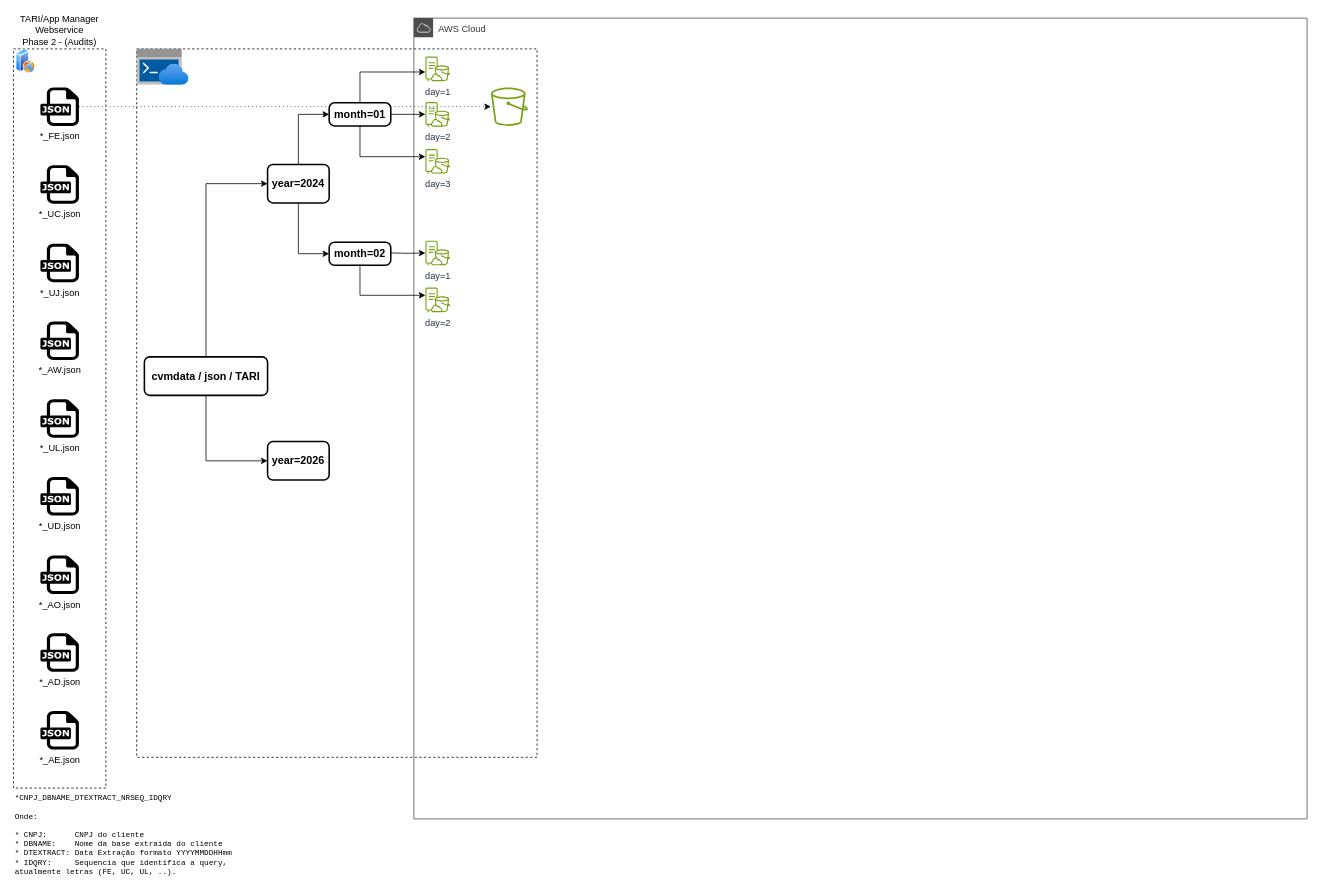
This is DATA_python/TARI AWS PBI Integration.drawio from MarcosSoaresUnivali/Univali, a draw.io file, before an edit. Source tidied: cells renumbered, new cells numbered last; positions are measured from the earlier drawing's top-left corner, leaving out a move shared by most shapes. Both pictures are drawn from the tidied source at 77%, with x=0, y=0 at pixel (13, 18).
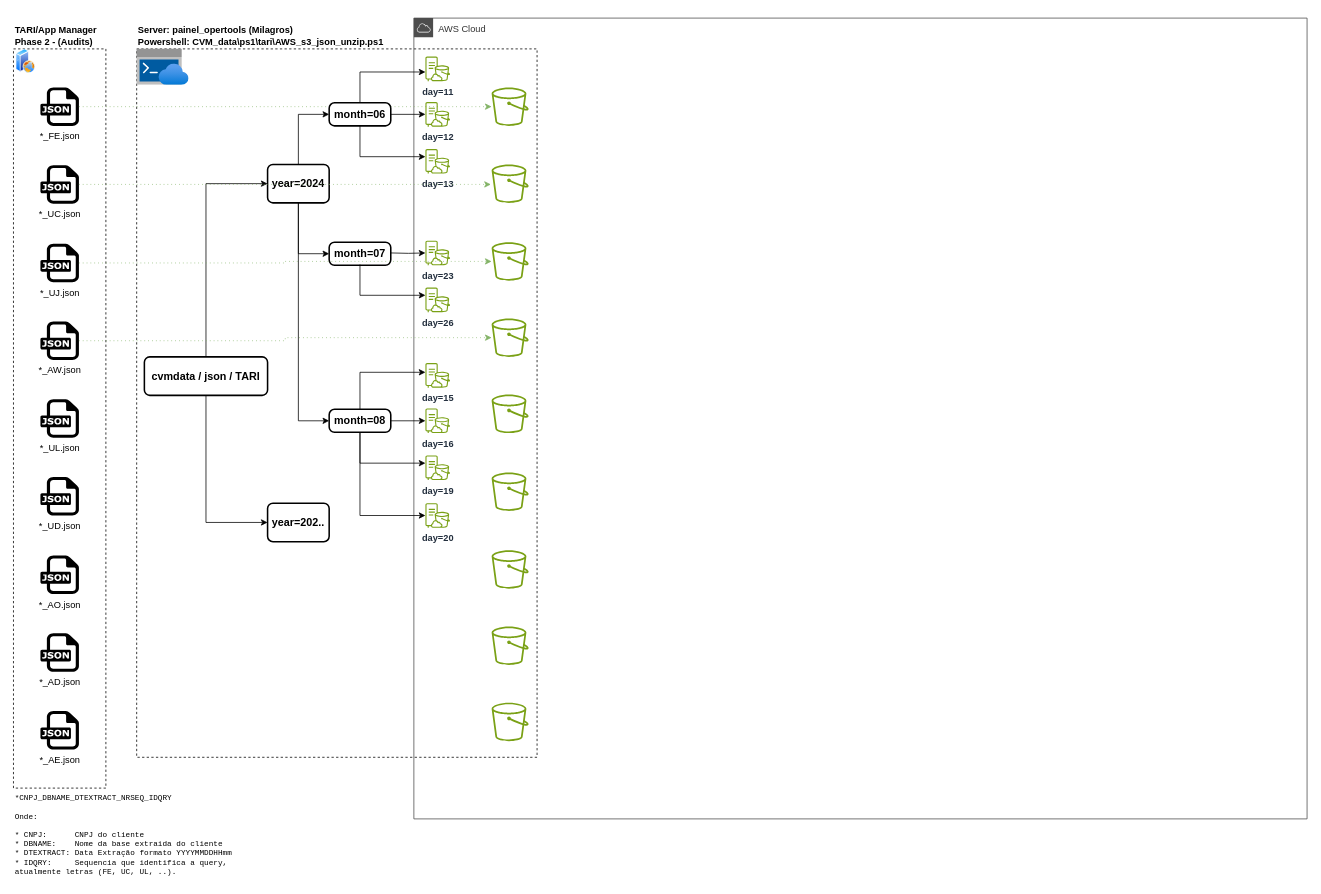
The same diagram, later.

The change refers to these unchanged cells:
```xml
<mxCell id="8" value="*&lt;span style=&quot;background-color: initial;&quot;&gt;_FE.json&lt;/span&gt;" style="dashed=0;outlineConnect=0;html=1;align=center;labelPosition=center;verticalLabelPosition=bottom;verticalAlign=top;shape=mxgraph.weblogos.json;" parent="5" vertex="1">
  <mxGeometry x="35" y="50" width="50" height="50" as="geometry" />
</mxCell>
<mxCell id="9" value="*_UC.json" style="dashed=0;outlineConnect=0;html=1;align=center;labelPosition=center;verticalLabelPosition=bottom;verticalAlign=top;shape=mxgraph.weblogos.json;" parent="5" vertex="1">
  <mxGeometry x="35" y="151" width="50" height="50" as="geometry" />
</mxCell>
<mxCell id="10" value="*_UJ.json" style="dashed=0;outlineConnect=0;html=1;align=center;labelPosition=center;verticalLabelPosition=bottom;verticalAlign=top;shape=mxgraph.weblogos.json;" parent="5" vertex="1">
  <mxGeometry x="35" y="253" width="50" height="50" as="geometry" />
</mxCell>
<mxCell id="11" value="*_AW.json" style="dashed=0;outlineConnect=0;html=1;align=center;labelPosition=center;verticalLabelPosition=bottom;verticalAlign=top;shape=mxgraph.weblogos.json;" parent="5" vertex="1">
  <mxGeometry x="35" y="354" width="50" height="50" as="geometry" />
</mxCell>
<mxCell id="27" value="&lt;font size=&quot;1&quot; style=&quot;&quot;&gt;&lt;b style=&quot;font-size: 14px;&quot;&gt;year=2024&lt;/b&gt;&lt;/font&gt;" style="rounded=1;whiteSpace=wrap;html=1;absoluteArcSize=1;arcSize=14;strokeWidth=2;" parent="18" vertex="1">
  <mxGeometry x="330" y="190" width="80" height="50" as="geometry" />
</mxCell>
```

Diff of the diagram source:
```diff
@@
-    <mxCell id="2" style="whiteSpace=wrap;html=1;dashed=1;" parent="1" vertex="1">
+    <mxCell id="2" value="&lt;b&gt;Server:&amp;nbsp;painel_opertools (Milagros)&lt;/b&gt;&lt;div&gt;&lt;b&gt;Powershell:&amp;nbsp;CVM_data\ps1\tari\AWS_s3_json_unzip.ps1&lt;/b&gt;&lt;/div&gt;" style="whiteSpace=wrap;html=1;dashed=1;labelPosition=center;verticalLabelPosition=top;align=left;verticalAlign=bottom;" parent="1" vertex="1">
       <mxGeometry x="160" y="40" width="520" height="920" as="geometry" />
     </mxCell>
@@
-    <mxCell id="5" style="group;" parent="4" vertex="1">
+    <mxCell id="5" style="group;align=left;" parent="4" vertex="1">
       <mxGeometry y="40" width="120" height="960" as="geometry" />
     </mxCell>
-    <mxCell id="6" value="TARI/App Manager Webservice&lt;div&gt;Phase 2 - (Audits)&lt;/div&gt;" style="whiteSpace=wrap;html=1;dashed=1;labelPosition=center;verticalLabelPosition=top;align=center;verticalAlign=bottom;" parent="5" vertex="1">
+    <mxCell id="6" value="&lt;b&gt;TARI/App Manager &lt;span style=&quot;background-color: initial;&quot;&gt;Phase 2 - (Audits)&lt;/span&gt;&lt;/b&gt;" style="whiteSpace=wrap;html=1;dashed=1;labelPosition=center;verticalLabelPosition=top;align=left;verticalAlign=bottom;" parent="5" vertex="1">
       <mxGeometry width="120" height="960" as="geometry" />
     </mxCell>
@@
     <mxCell id="23" style="sketch=0;outlineConnect=0;fontColor=#232F3E;gradientColor=none;fillColor=#7AA116;strokeColor=none;dashed=0;verticalLabelPosition=bottom;verticalAlign=top;align=center;html=1;fontSize=12;fontStyle=0;shape=mxgraph.aws4.bucket;" parent="18" vertex="1">
-      <mxGeometry x="620" y="90" width="48.1" height="50" as="geometry" />
+      <mxGeometry x="620" y="90" width="50" height="50" as="geometry" />
     </mxCell>
-    <mxCell id="24" style="edgeStyle=orthogonalEdgeStyle;rounded=0;jettySize=auto;html=1;dashed=1;dashPattern=1 4;" parent="18" edge="1" source="8" target="23">
+    <mxCell id="24" style="edgeStyle=orthogonalEdgeStyle;rounded=0;jettySize=auto;html=1;dashed=1;dashPattern=1 4;fillColor=#d5e8d4;strokeColor=#82b366;" parent="18" edge="1" source="8" target="23">
       <mxGeometry relative="1" as="geometry" />
     </mxCell>
@@
+    <mxCell id="41" style="edgeStyle=orthogonalEdgeStyle;rounded=0;jettySize=auto;html=1;entryX=0;entryY=0.5;entryDx=0;entryDy=0;" parent="18" edge="1" source="27" target="52">
+      <mxGeometry relative="1" as="geometry" />
+    </mxCell>
@@
-    <mxCell id="28" value="&lt;font size=&quot;1&quot; style=&quot;&quot;&gt;&lt;b style=&quot;font-size: 14px;&quot;&gt;year=2026&lt;/b&gt;&lt;/font&gt;" style="rounded=1;whiteSpace=wrap;html=1;absoluteArcSize=1;arcSize=14;strokeWidth=2;" parent="18" vertex="1">
-      <mxGeometry x="330" y="550" width="80" height="50" as="geometry" />
+    <mxCell id="28" value="&lt;font size=&quot;1&quot; style=&quot;&quot;&gt;&lt;b style=&quot;font-size: 14px;&quot;&gt;year=202..&lt;/b&gt;&lt;/font&gt;" style="rounded=1;whiteSpace=wrap;html=1;absoluteArcSize=1;arcSize=14;strokeWidth=2;" parent="18" vertex="1">
+      <mxGeometry x="330" y="630" width="80" height="50" as="geometry" />
     </mxCell>
-    <mxCell id="29" value="&lt;font size=&quot;1&quot; style=&quot;&quot;&gt;&lt;b style=&quot;font-size: 14px;&quot;&gt;month=02&lt;/b&gt;&lt;/font&gt;" style="rounded=1;whiteSpace=wrap;html=1;absoluteArcSize=1;arcSize=14;strokeWidth=2;" parent="18" vertex="1">
+    <mxCell id="29" value="&lt;font size=&quot;1&quot; style=&quot;&quot;&gt;&lt;b style=&quot;font-size: 14px;&quot;&gt;month=07&lt;/b&gt;&lt;/font&gt;" style="rounded=1;whiteSpace=wrap;html=1;absoluteArcSize=1;arcSize=14;strokeWidth=2;" parent="18" vertex="1">
       <mxGeometry x="410" y="291" width="80" height="30" as="geometry" />
     </mxCell>
-    <mxCell id="30" value="day=1" style="sketch=0;outlineConnect=0;fontColor=#232F3E;gradientColor=none;fillColor=#7AA116;strokeColor=none;dashed=0;verticalLabelPosition=bottom;verticalAlign=top;align=center;html=1;fontSize=12;fontStyle=0;shape=mxgraph.aws4.s3_on_outposts;" parent="18" vertex="1">
+    <mxCell id="30" value="&lt;b&gt;day=11&lt;/b&gt;" style="sketch=0;outlineConnect=0;fontColor=#232F3E;gradientColor=none;fillColor=#7AA116;strokeColor=none;dashed=0;verticalLabelPosition=bottom;verticalAlign=top;align=center;html=1;fontSize=12;fontStyle=0;shape=mxgraph.aws4.s3_on_outposts;" parent="18" vertex="1">
       <mxGeometry x="535" y="50" width="32" height="32" as="geometry" />
     </mxCell>
@@
-    <mxCell id="34" value="&lt;font size=&quot;1&quot; style=&quot;&quot;&gt;&lt;b style=&quot;font-size: 14px;&quot;&gt;month=01&lt;/b&gt;&lt;/font&gt;" style="rounded=1;whiteSpace=wrap;html=1;absoluteArcSize=1;arcSize=14;strokeWidth=2;" parent="18" vertex="1">
+    <mxCell id="34" value="&lt;font size=&quot;1&quot; style=&quot;&quot;&gt;&lt;b style=&quot;font-size: 14px;&quot;&gt;month=06&lt;/b&gt;&lt;/font&gt;" style="rounded=1;whiteSpace=wrap;html=1;absoluteArcSize=1;arcSize=14;strokeWidth=2;" parent="18" vertex="1">
       <mxGeometry x="410" y="110" width="80" height="30" as="geometry" />
     </mxCell>
-    <mxCell id="35" value="day=2" style="sketch=0;outlineConnect=0;fontColor=#232F3E;gradientColor=none;fillColor=#7AA116;strokeColor=none;dashed=0;verticalLabelPosition=bottom;verticalAlign=top;align=center;html=1;fontSize=12;fontStyle=0;shape=mxgraph.aws4.s3_on_outposts;" parent="18" vertex="1">
+    <mxCell id="35" value="&lt;b&gt;day=12&lt;/b&gt;" style="sketch=0;outlineConnect=0;fontColor=#232F3E;gradientColor=none;fillColor=#7AA116;strokeColor=none;dashed=0;verticalLabelPosition=bottom;verticalAlign=top;align=center;html=1;fontSize=12;fontStyle=0;shape=mxgraph.aws4.s3_on_outposts;" parent="18" vertex="1">
       <mxGeometry x="535" y="109" width="32" height="32" as="geometry" />
     </mxCell>
-    <mxCell id="36" value="day=3" style="sketch=0;outlineConnect=0;fontColor=#232F3E;gradientColor=none;fillColor=#7AA116;strokeColor=none;dashed=0;verticalLabelPosition=bottom;verticalAlign=top;align=center;html=1;fontSize=12;fontStyle=0;shape=mxgraph.aws4.s3_on_outposts;" parent="18" vertex="1">
+    <mxCell id="36" value="&lt;b&gt;day=13&lt;/b&gt;" style="sketch=0;outlineConnect=0;fontColor=#232F3E;gradientColor=none;fillColor=#7AA116;strokeColor=none;dashed=0;verticalLabelPosition=bottom;verticalAlign=top;align=center;html=1;fontSize=12;fontStyle=0;shape=mxgraph.aws4.s3_on_outposts;" parent="18" vertex="1">
       <mxGeometry x="535" y="170" width="32" height="32" as="geometry" />
     </mxCell>
@@
-    <mxCell id="39" value="day=2" style="sketch=0;outlineConnect=0;fontColor=#232F3E;gradientColor=none;fillColor=#7AA116;strokeColor=none;dashed=0;verticalLabelPosition=bottom;verticalAlign=top;align=center;html=1;fontSize=12;fontStyle=0;shape=mxgraph.aws4.s3_on_outposts;" parent="18" vertex="1">
+    <mxCell id="39" value="&lt;b&gt;day=26&lt;/b&gt;" style="sketch=0;outlineConnect=0;fontColor=#232F3E;gradientColor=none;fillColor=#7AA116;strokeColor=none;dashed=0;verticalLabelPosition=bottom;verticalAlign=top;align=center;html=1;fontSize=12;fontStyle=0;shape=mxgraph.aws4.s3_on_outposts;" parent="18" vertex="1">
       <mxGeometry x="535" y="350" width="32" height="32" as="geometry" />
     </mxCell>
-    <mxCell id="40" value="day=1" style="sketch=0;outlineConnect=0;fontColor=#232F3E;gradientColor=none;fillColor=#7AA116;strokeColor=none;dashed=0;verticalLabelPosition=bottom;verticalAlign=top;align=center;html=1;fontSize=12;fontStyle=0;shape=mxgraph.aws4.s3_on_outposts;" parent="18" vertex="1">
+    <mxCell id="40" value="&lt;b&gt;day=23&lt;/b&gt;" style="sketch=0;outlineConnect=0;fontColor=#232F3E;gradientColor=none;fillColor=#7AA116;strokeColor=none;dashed=0;verticalLabelPosition=bottom;verticalAlign=top;align=center;html=1;fontSize=12;fontStyle=0;shape=mxgraph.aws4.s3_on_outposts;" parent="18" vertex="1">
       <mxGeometry x="535" y="289" width="32" height="32" as="geometry" />
     </mxCell>
+    <mxCell id="42" style="edgeStyle=orthogonalEdgeStyle;rounded=0;jettySize=auto;html=1;dashed=1;dashPattern=1 4;fillColor=#d5e8d4;strokeColor=#82b366;" parent="18" edge="1" source="9">
+      <mxGeometry relative="1" as="geometry">
+        <mxPoint x="620" y="216" as="targetPoint" />
+      </mxGeometry>
+    </mxCell>
+    <mxCell id="43" style="sketch=0;fontColor=#232F3E;gradientColor=none;fillColor=#7AA116;strokeColor=none;dashed=0;verticalLabelPosition=bottom;verticalAlign=top;align=center;html=1;fontSize=12;fontStyle=0;shape=mxgraph.aws4.bucket;" parent="18" vertex="1">
+      <mxGeometry x="620" y="190" width="50" height="50" as="geometry" />
+    </mxCell>
+    <mxCell id="44" style="sketch=0;outlineConnect=0;fontColor=#232F3E;gradientColor=none;fillColor=#7AA116;strokeColor=none;dashed=0;verticalLabelPosition=bottom;verticalAlign=top;align=center;html=1;fontSize=12;fontStyle=0;shape=mxgraph.aws4.bucket;" parent="18" vertex="1">
+      <mxGeometry x="620" y="291" width="50" height="50" as="geometry" />
+    </mxCell>
+    <mxCell id="45" style="edgeStyle=orthogonalEdgeStyle;rounded=0;jettySize=auto;html=1;dashed=1;dashPattern=1 4;fillColor=#d5e8d4;strokeColor=#82b366;" parent="18" edge="1" source="10" target="44">
+      <mxGeometry relative="1" as="geometry" />
+    </mxCell>
+    <mxCell id="46" style="sketch=0;outlineConnect=0;fontColor=#232F3E;gradientColor=none;fillColor=#7AA116;strokeColor=none;dashed=0;verticalLabelPosition=bottom;verticalAlign=top;align=center;html=1;fontSize=12;fontStyle=0;shape=mxgraph.aws4.bucket;" parent="18" vertex="1">
+      <mxGeometry x="620" y="390" width="50" height="50" as="geometry" />
+    </mxCell>
+    <mxCell id="47" style="edgeStyle=orthogonalEdgeStyle;rounded=0;jettySize=auto;html=1;dashed=1;dashPattern=1 4;fillColor=#d5e8d4;strokeColor=#82b366;" parent="18" edge="1" source="11" target="46">
+      <mxGeometry relative="1" as="geometry" />
+    </mxCell>
+    <mxCell id="48" style="edgeStyle=orthogonalEdgeStyle;rounded=0;jettySize=auto;html=1;exitX=0.5;exitY=0;exitDx=0;exitDy=0;" parent="18" edge="1" source="52" target="53">
+      <mxGeometry relative="1" as="geometry">
+        <Array as="points">
+          <mxPoint x="450" y="460" />
+        </Array>
+      </mxGeometry>
+    </mxCell>
+    <mxCell id="49" style="edgeStyle=orthogonalEdgeStyle;rounded=0;jettySize=auto;html=1;" parent="18" edge="1" source="52" target="54">
+      <mxGeometry relative="1" as="geometry" />
+    </mxCell>
+    <mxCell id="50" style="edgeStyle=orthogonalEdgeStyle;rounded=0;jettySize=auto;html=1;" parent="18" edge="1" source="52" target="55">
+      <mxGeometry relative="1" as="geometry">
+        <Array as="points">
+          <mxPoint x="450" y="578" />
+        </Array>
+      </mxGeometry>
+    </mxCell>
+    <mxCell id="51" style="edgeStyle=orthogonalEdgeStyle;rounded=0;jettySize=auto;html=1;" parent="18" edge="1" source="52" target="56">
+      <mxGeometry relative="1" as="geometry">
+        <Array as="points">
+          <mxPoint x="450" y="646" />
+        </Array>
+      </mxGeometry>
+    </mxCell>
+    <mxCell id="52" value="&lt;font size=&quot;1&quot; style=&quot;&quot;&gt;&lt;b style=&quot;font-size: 14px;&quot;&gt;month=08&lt;/b&gt;&lt;/font&gt;" style="rounded=1;whiteSpace=wrap;html=1;absoluteArcSize=1;arcSize=14;strokeWidth=2;" parent="18" vertex="1">
+      <mxGeometry x="410" y="508" width="80" height="30" as="geometry" />
+    </mxCell>
+    <mxCell id="53" value="&lt;b&gt;day=15&lt;/b&gt;" style="sketch=0;outlineConnect=0;fontColor=#232F3E;gradientColor=none;fillColor=#7AA116;strokeColor=none;dashed=0;verticalLabelPosition=bottom;verticalAlign=top;align=center;html=1;fontSize=12;fontStyle=0;shape=mxgraph.aws4.s3_on_outposts;" parent="18" vertex="1">
+      <mxGeometry x="535" y="448" width="32" height="32" as="geometry" />
+    </mxCell>
+    <mxCell id="54" value="&lt;b&gt;day=16&lt;/b&gt;" style="sketch=0;outlineConnect=0;fontColor=#232F3E;gradientColor=none;fillColor=#7AA116;strokeColor=none;dashed=0;verticalLabelPosition=bottom;verticalAlign=top;align=center;html=1;fontSize=12;fontStyle=0;shape=mxgraph.aws4.s3_on_outposts;" parent="18" vertex="1">
+      <mxGeometry x="535" y="507" width="32" height="32" as="geometry" />
+    </mxCell>
+    <mxCell id="55" value="&lt;b&gt;day=19&lt;/b&gt;" style="sketch=0;outlineConnect=0;fontColor=#232F3E;gradientColor=none;fillColor=#7AA116;strokeColor=none;dashed=0;verticalLabelPosition=bottom;verticalAlign=top;align=center;html=1;fontSize=12;fontStyle=0;shape=mxgraph.aws4.s3_on_outposts;" parent="18" vertex="1">
+      <mxGeometry x="535" y="568" width="32" height="32" as="geometry" />
+    </mxCell>
+    <mxCell id="56" value="&lt;b&gt;day=20&lt;/b&gt;" style="sketch=0;outlineConnect=0;fontColor=#232F3E;gradientColor=none;fillColor=#7AA116;strokeColor=none;dashed=0;verticalLabelPosition=bottom;verticalAlign=top;align=center;html=1;fontSize=12;fontStyle=0;shape=mxgraph.aws4.s3_on_outposts;" parent="18" vertex="1">
+      <mxGeometry x="535" y="630" width="32" height="32" as="geometry" />
+    </mxCell>
+    <mxCell id="57" style="sketch=0;fontColor=#232F3E;gradientColor=none;fillColor=#7AA116;strokeColor=none;dashed=0;verticalLabelPosition=bottom;verticalAlign=top;align=center;html=1;fontSize=12;fontStyle=0;shape=mxgraph.aws4.bucket;" parent="18" vertex="1">
+      <mxGeometry x="620" y="489" width="50" height="50" as="geometry" />
+    </mxCell>
+    <mxCell id="58" style="sketch=0;fontColor=#232F3E;gradientColor=none;fillColor=#7AA116;strokeColor=none;dashed=0;verticalLabelPosition=bottom;verticalAlign=top;align=center;html=1;fontSize=12;fontStyle=0;shape=mxgraph.aws4.bucket;" parent="18" vertex="1">
+      <mxGeometry x="620" y="889" width="50" height="50" as="geometry" />
+    </mxCell>
+    <mxCell id="59" style="sketch=0;fontColor=#232F3E;gradientColor=none;fillColor=#7AA116;strokeColor=none;dashed=0;verticalLabelPosition=bottom;verticalAlign=top;align=center;html=1;fontSize=12;fontStyle=0;shape=mxgraph.aws4.bucket;" parent="18" vertex="1">
+      <mxGeometry x="620" y="790" width="50" height="50" as="geometry" />
+    </mxCell>
+    <mxCell id="60" style="sketch=0;fontColor=#232F3E;gradientColor=none;fillColor=#7AA116;strokeColor=none;dashed=0;verticalLabelPosition=bottom;verticalAlign=top;align=center;html=1;fontSize=12;fontStyle=0;shape=mxgraph.aws4.bucket;" parent="18" vertex="1">
+      <mxGeometry x="620" y="691" width="50" height="50" as="geometry" />
+    </mxCell>
+    <mxCell id="61" style="sketch=0;fontColor=#232F3E;gradientColor=none;fillColor=#7AA116;strokeColor=none;dashed=0;verticalLabelPosition=bottom;verticalAlign=top;align=center;html=1;fontSize=12;fontStyle=0;shape=mxgraph.aws4.bucket;" parent="18" vertex="1">
+      <mxGeometry x="620" y="590" width="50" height="50" as="geometry" />
+    </mxCell>
```
